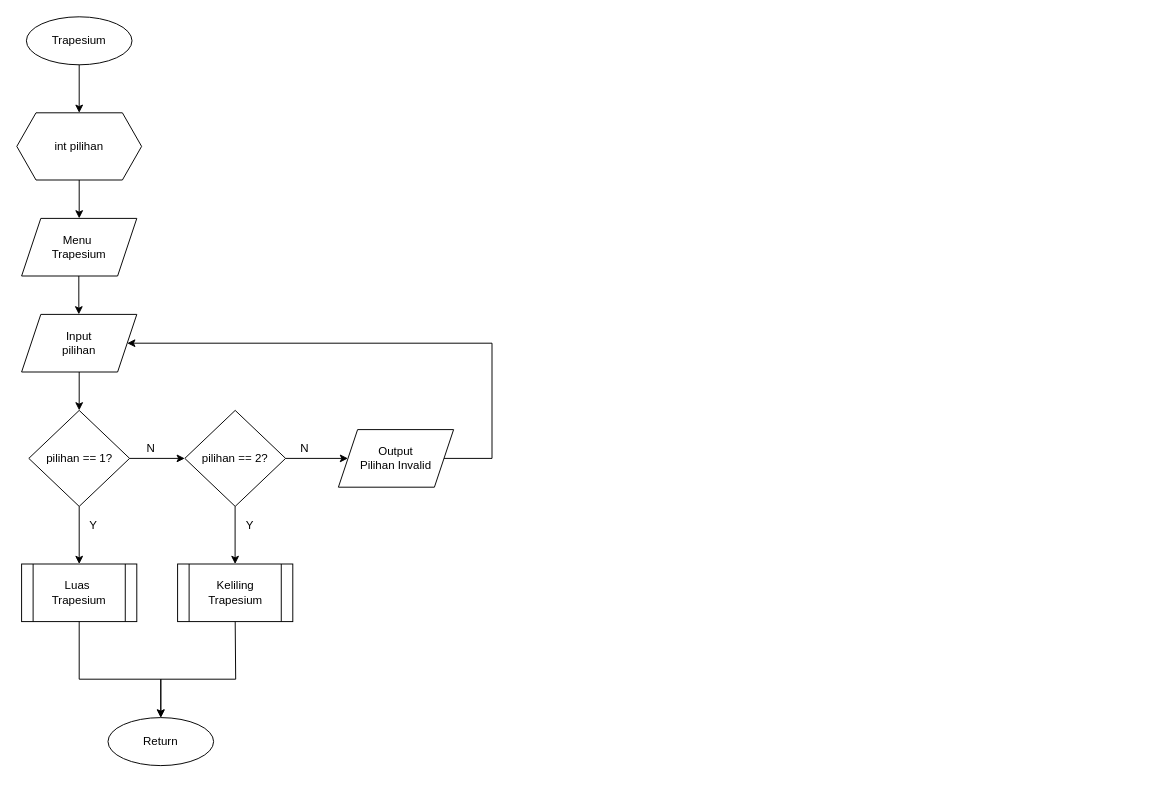
The draw.io diagram Flowchart-Modul1.drawio in elikawicaksana/BuildIT_BasisData, before the edit. Source tidied: cells renumbered, new cells numbered last; positions are measured from the earlier drawing's top-left corner, leaving out a move shared by most shapes. Both pictures are drawn from the tidied source at 96%, with x=0, y=0 at pixel (16, 16).
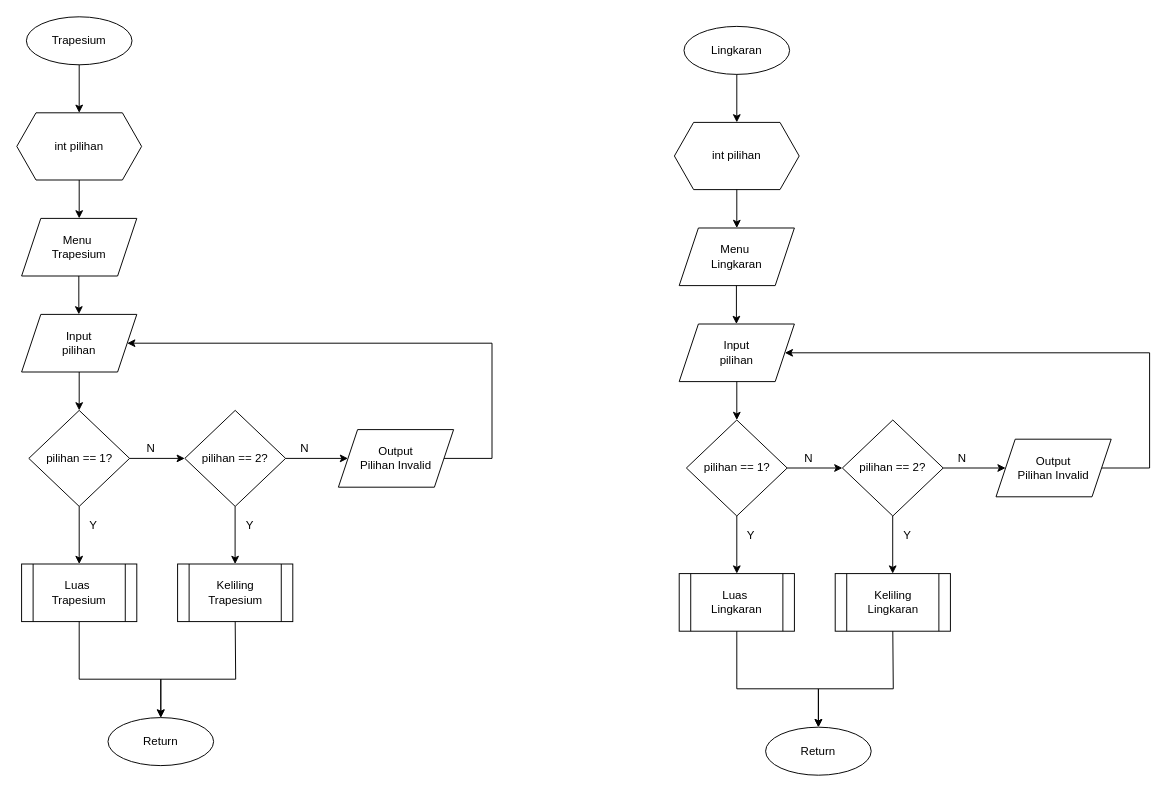
The same page after the edit.

Diff of the diagram source:
```diff
@@
+    <mxCell id="27" value="Lingkaran" style="ellipse;whiteSpace=wrap;html=1;" parent="1" vertex="1">
+      <mxGeometry x="695" y="10" width="110" height="50" as="geometry" />
+    </mxCell>
+    <mxCell id="28" value="int pilihan" style="shape=hexagon;perimeter=hexagonPerimeter2;whiteSpace=wrap;html=1;fixedSize=1;" parent="1" vertex="1">
+      <mxGeometry x="685" y="110" width="130" height="70" as="geometry" />
+    </mxCell>
+    <mxCell id="29" style="endArrow=classic;html=1;rounded=0;exitX=0.5;exitY=1;exitDx=0;exitDy=0;entryX=0.5;entryY=0;entryDx=0;entryDy=0;" parent="1" edge="1" source="28">
+      <mxGeometry relative="1" as="geometry">
+        <mxPoint x="750" y="220" as="targetPoint" />
+      </mxGeometry>
+    </mxCell>
+    <mxCell id="30" style="endArrow=classic;html=1;rounded=0;exitX=0.5;exitY=1;exitDx=0;exitDy=0;entryX=0.5;entryY=0;entryDx=0;entryDy=0;" parent="1" edge="1" source="27" target="28">
+      <mxGeometry relative="1" as="geometry" />
+    </mxCell>
+    <mxCell id="31" value="Menu&amp;nbsp;&lt;div&gt;Lingkaran&lt;/div&gt;" style="shape=parallelogram;perimeter=parallelogramPerimeter;whiteSpace=wrap;html=1;fixedSize=1;" parent="1" vertex="1">
+      <mxGeometry x="690" y="220" width="120" height="60" as="geometry" />
+    </mxCell>
+    <mxCell id="32" value="Input&lt;div&gt;pilihan&lt;/div&gt;" style="shape=parallelogram;perimeter=parallelogramPerimeter;whiteSpace=wrap;html=1;fixedSize=1;" parent="1" vertex="1">
+      <mxGeometry x="690" y="320" width="120" height="60" as="geometry" />
+    </mxCell>
+    <mxCell id="33" style="endArrow=classic;html=1;rounded=0;exitX=0.5;exitY=1;exitDx=0;exitDy=0;entryX=0.5;entryY=0;entryDx=0;entryDy=0;" parent="1" edge="1">
+      <mxGeometry relative="1" as="geometry">
+        <mxPoint x="749.6" y="280" as="sourcePoint" />
+        <mxPoint x="749.6" y="320" as="targetPoint" />
+      </mxGeometry>
+    </mxCell>
+    <mxCell id="34" value="pilihan == 1?" style="rhombus;whiteSpace=wrap;html=1;" parent="1" vertex="1">
+      <mxGeometry x="697.5" y="420" width="105" height="100" as="geometry" />
+    </mxCell>
+    <mxCell id="35" style="endArrow=classic;html=1;rounded=0;exitX=0.5;exitY=1;exitDx=0;exitDy=0;entryX=0.5;entryY=0;entryDx=0;entryDy=0;" parent="1" edge="1" source="32" target="34">
+      <mxGeometry relative="1" as="geometry" />
+    </mxCell>
+    <mxCell id="36" value="pilihan == 2?" style="rhombus;whiteSpace=wrap;html=1;" parent="1" vertex="1">
+      <mxGeometry x="860" y="420" width="105" height="100" as="geometry" />
+    </mxCell>
+    <mxCell id="37" style="endArrow=classic;html=1;rounded=0;exitX=0.5;exitY=1;exitDx=0;exitDy=0;" parent="1" edge="1" source="34">
+      <mxGeometry relative="1" as="geometry">
+        <mxPoint x="750" y="580" as="targetPoint" />
+      </mxGeometry>
+    </mxCell>
+    <mxCell id="38" style="endArrow=classic;html=1;rounded=0;exitX=1;exitY=0.5;exitDx=0;exitDy=0;entryX=0;entryY=0.5;entryDx=0;entryDy=0;" parent="1" edge="1" source="34" target="36">
+      <mxGeometry relative="1" as="geometry" />
+    </mxCell>
+    <mxCell id="39" value="N" style="text;html=1;align=center;verticalAlign=middle;whiteSpace=wrap;rounded=0;" parent="1" vertex="1">
+      <mxGeometry x="810" y="450" width="30" height="20" as="geometry" />
+    </mxCell>
+    <mxCell id="40" value="Y" style="text;html=1;align=center;verticalAlign=middle;whiteSpace=wrap;rounded=0;" parent="1" vertex="1">
+      <mxGeometry x="750" y="530" width="30" height="20" as="geometry" />
+    </mxCell>
+    <mxCell id="41" style="endArrow=classic;html=1;rounded=0;entryX=1;entryY=0.5;entryDx=0;entryDy=0;exitX=1;exitY=0.5;exitDx=0;exitDy=0;" parent="1" edge="1" source="45" target="32">
+      <mxGeometry relative="1" as="geometry">
+        <Array as="points">
+          <mxPoint x="1180" y="470" />
+          <mxPoint x="1180" y="350" />
+        </Array>
+      </mxGeometry>
+    </mxCell>
+    <mxCell id="42" style="endArrow=classic;html=1;rounded=0;exitX=0.5;exitY=1;exitDx=0;exitDy=0;" parent="1" edge="1">
+      <mxGeometry relative="1" as="geometry">
+        <mxPoint x="912.4" y="520" as="sourcePoint" />
+        <mxPoint x="912.4" y="580" as="targetPoint" />
+      </mxGeometry>
+    </mxCell>
+    <mxCell id="43" value="Y" style="text;html=1;align=center;verticalAlign=middle;whiteSpace=wrap;rounded=0;" parent="1" vertex="1">
+      <mxGeometry x="913" y="530" width="30" height="20" as="geometry" />
+    </mxCell>
+    <mxCell id="44" value="N" style="text;html=1;align=center;verticalAlign=middle;whiteSpace=wrap;rounded=0;" parent="1" vertex="1">
+      <mxGeometry x="970" y="450" width="30" height="20" as="geometry" />
+    </mxCell>
+    <mxCell id="45" value="Output&lt;div&gt;Pilihan Invalid&lt;/div&gt;" style="shape=parallelogram;perimeter=parallelogramPerimeter;whiteSpace=wrap;html=1;fixedSize=1;" parent="1" vertex="1">
+      <mxGeometry x="1020" y="440" width="120" height="60" as="geometry" />
+    </mxCell>
+    <mxCell id="46" style="endArrow=classic;html=1;rounded=0;exitX=1;exitY=0.5;exitDx=0;exitDy=0;entryX=0;entryY=0.5;entryDx=0;entryDy=0;" parent="1" edge="1" source="36" target="45">
+      <mxGeometry relative="1" as="geometry" />
+    </mxCell>
+    <mxCell id="47" value="Luas&amp;nbsp;&lt;div&gt;Lingkaran&lt;/div&gt;" style="shape=process;whiteSpace=wrap;html=1;backgroundOutline=1;" parent="1" vertex="1">
+      <mxGeometry x="690" y="580" width="120" height="60" as="geometry" />
+    </mxCell>
+    <mxCell id="48" value="Keliling Lingkaran" style="shape=process;whiteSpace=wrap;html=1;backgroundOutline=1;" parent="1" vertex="1">
+      <mxGeometry x="852.5" y="580" width="120" height="60" as="geometry" />
+    </mxCell>
+    <mxCell id="49" value="Return" style="ellipse;whiteSpace=wrap;html=1;" parent="1" vertex="1">
+      <mxGeometry x="780" y="740" width="110" height="50" as="geometry" />
+    </mxCell>
+    <mxCell id="50" style="endArrow=classic;html=1;rounded=0;entryX=0.5;entryY=0;entryDx=0;entryDy=0;exitX=0.5;exitY=1;exitDx=0;exitDy=0;" parent="1" edge="1" source="47" target="49">
+      <mxGeometry relative="1" as="geometry">
+        <Array as="points">
+          <mxPoint x="750" y="700" />
+          <mxPoint x="835" y="700" />
+        </Array>
+      </mxGeometry>
+    </mxCell>
+    <mxCell id="51" style="endArrow=classic;html=1;rounded=0;exitX=0.5;exitY=1;exitDx=0;exitDy=0;entryX=0.5;entryY=0;entryDx=0;entryDy=0;" parent="1" edge="1" source="48" target="49">
+      <mxGeometry relative="1" as="geometry">
+        <Array as="points">
+          <mxPoint x="913" y="700" />
+          <mxPoint x="835" y="700" />
+        </Array>
+      </mxGeometry>
+    </mxCell>
```
